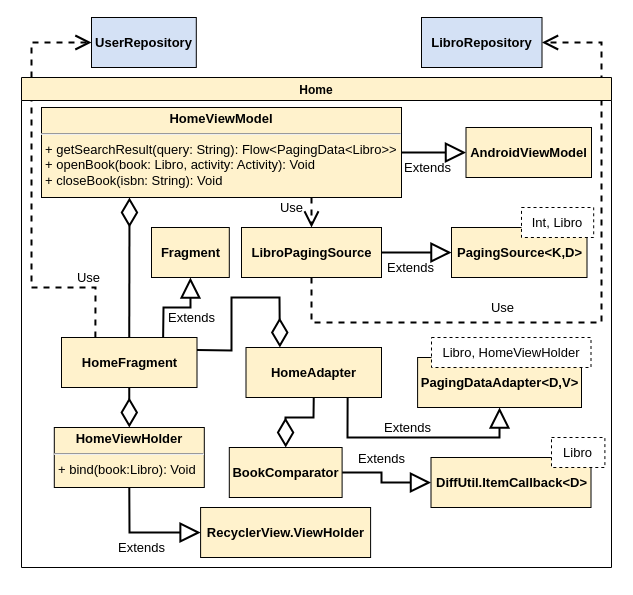
Above: page "24-androidviewuml" (16 of 19) of tesi.drawio in paganellif/tesi-paganelli (draw.io), before the change. Source tidied: cells renumbered, new cells numbered last; positions are measured from the earlier drawing's top-left corner, leaving out a move shared by most shapes. Both pictures are drawn from the tidied source at 100%, with x=0, y=0 at pixel (21, 17).
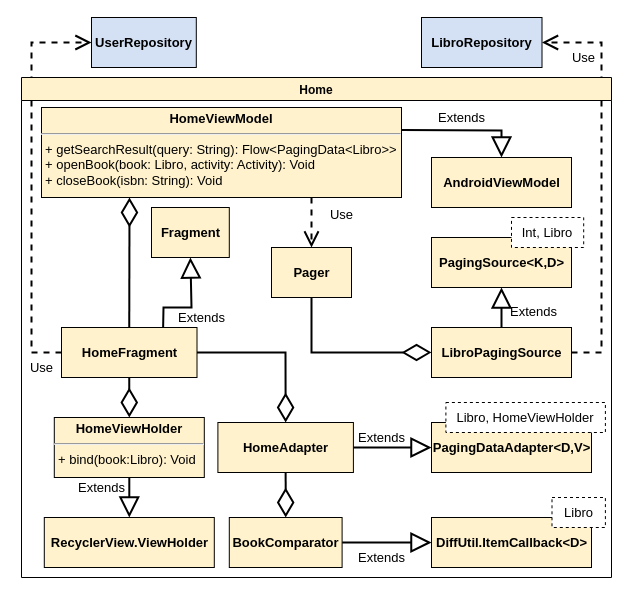
Above is the later version.

The change refers to these unchanged cells:
```xml
<mxCell id="4" value="&lt;b&gt;LibroRepository&lt;/b&gt;" style="html=1;rounded=0;fontSize=13;strokeColor=#000000;fillColor=#D4E1F5;" parent="1" vertex="1">
  <mxGeometry x="400" width="120.5" height="50" as="geometry" />
</mxCell>
<mxCell id="5" value="&lt;p style=&quot;margin: 4px 0px 0px; text-align: center;&quot;&gt;&lt;b&gt;HomeViewModel&lt;/b&gt;&lt;/p&gt;&lt;hr style=&quot;&quot;&gt;&lt;p style=&quot;margin: 0px 0px 0px 4px;&quot;&gt;&lt;span style=&quot;background-color: initial;&quot;&gt;&lt;font style=&quot;font-size: 13px;&quot;&gt;+ getSearchResult(query: String): Flow&amp;lt;PagingData&amp;lt;Libro&amp;gt;&amp;gt;&lt;/font&gt;&lt;/span&gt;&lt;/p&gt;&lt;p style=&quot;margin: 0px 0px 0px 4px;&quot;&gt;&lt;span style=&quot;background-color: initial;&quot;&gt;&lt;font style=&quot;font-size: 13px;&quot;&gt;+ openBook(book: Libro, activity: Activity): Void&lt;/font&gt;&lt;/span&gt;&lt;/p&gt;&lt;p style=&quot;margin: 0px 0px 0px 4px;&quot;&gt;&lt;span style=&quot;background-color: initial;&quot;&gt;&lt;font style=&quot;font-size: 13px;&quot;&gt;+ closeBook(isbn: String): Void&lt;/font&gt;&lt;/span&gt;&lt;/p&gt;" style="verticalAlign=top;align=left;overflow=fill;fontSize=13;fontFamily=Helvetica;html=1;fillColor=#FFF2CC;strokeColor=#000000;strokeWidth=1;" parent="1" vertex="1">
  <mxGeometry x="20" y="90" width="360" height="90" as="geometry" />
</mxCell>
<mxCell id="16" value="&lt;b&gt;UserRepository&lt;/b&gt;" style="html=1;rounded=0;fontSize=13;strokeColor=#000000;fillColor=#D4E1F5;" parent="1" vertex="1">
  <mxGeometry x="70" width="104.8" height="50" as="geometry" />
</mxCell>
```

Change to the diagram source:
```diff
@@
-    <mxCell id="2" value="Extends" style="endArrow=block;endSize=16;endFill=0;html=1;rounded=0;labelBackgroundColor=none;fontSize=13;fontColor=default;strokeWidth=2;entryX=0;entryY=0.5;entryDx=0;entryDy=0;exitX=1;exitY=0.5;exitDx=0;exitDy=0;" parent="1" edge="1" source="10" target="3">
-      <mxGeometry x="-0.18" y="-15" relative="1" as="geometry" />
-    </mxCell>
-    <mxCell id="3" value="&lt;b&gt;PagingSource&amp;lt;K,D&amp;gt;&lt;/b&gt;" style="html=1;rounded=0;fontSize=13;fontColor=default;strokeColor=default;fillColor=#FFF2CC;" parent="1" vertex="1">
-      <mxGeometry x="430" y="210" width="135.5" height="50" as="geometry" />
-    </mxCell>
@@
-    <mxCell id="6" value="&lt;b&gt;AndroidViewModel&lt;/b&gt;" style="html=1;rounded=0;fontSize=13;fontColor=default;strokeColor=default;fillColor=#FFF2CC;" parent="1" vertex="1">
-      <mxGeometry x="444.5" y="110" width="125.5" height="50" as="geometry" />
-    </mxCell>
-    <mxCell id="7" value="Extends" style="endArrow=block;endSize=16;endFill=0;html=1;rounded=0;labelBackgroundColor=none;fontSize=13;fontColor=default;strokeWidth=2;exitX=1;exitY=0.5;exitDx=0;exitDy=0;entryX=0;entryY=0.5;entryDx=0;entryDy=0;" parent="1" edge="1" source="5" target="6">
-      <mxGeometry x="-0.18" y="-15" relative="1" as="geometry" />
+    <mxCell id="7" value="Extends" style="endArrow=block;endSize=16;endFill=0;html=1;rounded=0;labelBackgroundColor=none;fontSize=13;fontColor=default;strokeWidth=2;exitX=1;exitY=0.25;exitDx=0;exitDy=0;entryX=0.5;entryY=0;entryDx=0;entryDy=0;" parent="1" edge="1" source="5" target="6">
+      <mxGeometry x="-0.06" y="13" relative="1" as="geometry">
+        <Array as="points">
+          <mxPoint x="480" y="113" />
+        </Array>
+      </mxGeometry>
     </mxCell>
-    <mxCell id="8" value="Use" style="endArrow=open;endSize=12;dashed=1;html=1;rounded=0;labelBackgroundColor=none;fontSize=13;fontColor=default;strokeWidth=2;exitX=0.75;exitY=1;exitDx=0;exitDy=0;entryX=0.5;entryY=0;entryDx=0;entryDy=0;" parent="1" edge="1" source="5" target="10">
-      <mxGeometry x="-0.33" y="-20" relative="1" as="geometry" />
+    <mxCell id="8" value="Use" style="endArrow=open;endSize=12;dashed=1;html=1;rounded=0;labelBackgroundColor=none;fontSize=13;fontColor=default;strokeWidth=2;exitX=0.75;exitY=1;exitDx=0;exitDy=0;entryX=0.5;entryY=0;entryDx=0;entryDy=0;" parent="1" edge="1" source="5" target="33">
+      <mxGeometry x="-0.33" y="30" relative="1" as="geometry" />
     </mxCell>
@@
-    <mxCell id="10" value="&lt;b&gt;LibroPagingSource&lt;/b&gt;" style="html=1;rounded=0;fontSize=13;fontColor=default;strokeColor=default;fillColor=#FFF2CC;" parent="1" vertex="1">
-      <mxGeometry x="220" y="210" width="140" height="50" as="geometry" />
-    </mxCell>
-    <mxCell id="11" value="&lt;b&gt;HomeAdapter&lt;/b&gt;" style="html=1;rounded=0;fontSize=13;fontColor=default;strokeColor=default;fillColor=#FFF2CC;" parent="1" vertex="1">
-      <mxGeometry x="224.5" y="330" width="135.5" height="50" as="geometry" />
-    </mxCell>
-    <mxCell id="12" value="Extends" style="endArrow=block;endSize=16;endFill=0;html=1;rounded=0;labelBackgroundColor=none;fontSize=13;fontColor=default;strokeWidth=2;exitX=0.75;exitY=1;exitDx=0;exitDy=0;entryX=0.5;entryY=1;entryDx=0;entryDy=0;" parent="1" edge="1" source="11" target="19">
-      <mxGeometry x="-0.1" y="10" relative="1" as="geometry">
-        <Array as="points">
-          <mxPoint x="326" y="420" />
-          <mxPoint x="478" y="420" />
-        </Array>
-      </mxGeometry>
-    </mxCell>
-    <mxCell id="13" style="endArrow=diamondThin;endFill=0;endSize=24;html=1;rounded=0;fontSize=13;entryX=0.25;entryY=0;entryDx=0;entryDy=0;exitX=1;exitY=0.25;exitDx=0;exitDy=0;strokeWidth=2;" parent="1" edge="1" source="30" target="11">
-      <mxGeometry relative="1" as="geometry">
-        <Array as="points">
-          <mxPoint x="210" y="333" />
-          <mxPoint x="210" y="280" />
-          <mxPoint x="258" y="280" />
-        </Array>
-      </mxGeometry>
-    </mxCell>
-    <mxCell id="14" style="endArrow=diamondThin;endFill=0;endSize=24;html=1;rounded=0;fontSize=13;exitX=0.5;exitY=1;exitDx=0;exitDy=0;strokeWidth=2;entryX=0.5;entryY=0;entryDx=0;entryDy=0;" parent="1" edge="1" source="11" target="32">
-      <mxGeometry relative="1" as="geometry">
-        <Array as="points">
-          <mxPoint x="292" y="400" />
-          <mxPoint x="264" y="400" />
-        </Array>
-      </mxGeometry>
-    </mxCell>
-    <mxCell id="15" value="Use" style="endArrow=open;endSize=12;dashed=1;html=1;rounded=0;labelBackgroundColor=none;fontSize=13;fontColor=default;strokeWidth=2;exitX=0.5;exitY=1;exitDx=0;exitDy=0;entryX=1;entryY=0.5;entryDx=0;entryDy=0;" parent="1" edge="1" source="10" target="4">
-      <mxGeometry x="-0.3" y="15" relative="1" as="geometry">
+    <mxCell id="15" value="Use" style="endArrow=open;endSize=12;dashed=1;html=1;rounded=0;labelBackgroundColor=none;fontSize=13;fontColor=default;strokeWidth=2;exitX=1;exitY=0.5;exitDx=0;exitDy=0;entryX=1;entryY=0.5;entryDx=0;entryDy=0;" parent="1" edge="1" source="10" target="4">
+      <mxGeometry x="0.79" y="15" relative="1" as="geometry">
         <Array as="points">
-          <mxPoint x="290" y="305" />
-          <mxPoint x="580" y="305" />
+          <mxPoint x="580" y="335" />
           <mxPoint x="580" y="25" />
         </Array>
       </mxGeometry>
     </mxCell>
@@
-    <mxCell id="17" value="Use" style="endArrow=open;endSize=12;dashed=1;html=1;rounded=0;labelBackgroundColor=none;fontSize=13;fontColor=default;strokeWidth=2;exitX=0.25;exitY=0;exitDx=0;exitDy=0;entryX=0;entryY=0.5;entryDx=0;entryDy=0;" parent="1" edge="1" source="30" target="16">
-      <mxGeometry x="-0.73" y="-10" relative="1" as="geometry">
+    <mxCell id="17" value="Use" style="endArrow=open;endSize=12;dashed=1;html=1;rounded=0;labelBackgroundColor=none;fontSize=13;fontColor=default;strokeWidth=2;exitX=0;exitY=0.5;exitDx=0;exitDy=0;entryX=0;entryY=0.5;entryDx=0;entryDy=0;" parent="1" edge="1" source="30" target="16">
+      <mxGeometry x="-0.9" y="15" relative="1" as="geometry">
         <Array as="points">
-          <mxPoint x="74" y="270" />
-          <mxPoint x="10" y="270" />
+          <mxPoint x="10" y="335" />
           <mxPoint x="10" y="50" />
           <mxPoint x="10" y="25" />
         </Array>
       </mxGeometry>
     </mxCell>
     <mxCell id="18" value="Home" style="swimlane;strokeColor=#000000;fillColor=#FFF2CC;gradientColor=none;" parent="1" vertex="1">
-      <mxGeometry y="60" width="590" height="490" as="geometry" />
+      <mxGeometry y="60" width="590" height="500" as="geometry" />
     </mxCell>
     <mxCell id="19" value="&lt;b&gt;PagingDataAdapter&amp;lt;D,V&amp;gt;&lt;/b&gt;" style="html=1;rounded=0;fontSize=13;fontColor=default;strokeColor=default;fillColor=#FFF2CC;" parent="18" vertex="1">
-      <mxGeometry x="396.1" y="280" width="163.9" height="50" as="geometry" />
+      <mxGeometry x="410" y="345" width="160" height="50" as="geometry" />
     </mxCell>
     <mxCell id="20" value="Libro, HomeViewHolder" style="rounded=0;whiteSpace=wrap;html=1;dashed=1;fontSize=13;" parent="18" vertex="1">
-      <mxGeometry x="410" y="260" width="159.5" height="30" as="geometry" />
+      <mxGeometry x="424.4" y="325" width="159.5" height="30" as="geometry" />
     </mxCell>
     <mxCell id="21" value="&lt;b&gt;DiffUtil.ItemCallback&amp;lt;D&amp;gt;&lt;/b&gt;" style="html=1;rounded=0;fontSize=13;fontColor=default;strokeColor=default;fillColor=#FFF2CC;" parent="18" vertex="1">
-      <mxGeometry x="409.5" y="380" width="160" height="50" as="geometry" />
+      <mxGeometry x="410" y="440" width="160" height="50" as="geometry" />
     </mxCell>
     <mxCell id="22" value="Libro" style="rounded=0;whiteSpace=wrap;html=1;dashed=1;fontSize=13;" parent="18" vertex="1">
-      <mxGeometry x="530" y="360" width="53.4" height="30" as="geometry" />
+      <mxGeometry x="530.5" y="420" width="53.4" height="30" as="geometry" />
     </mxCell>
     <mxCell id="23" value="Extends" style="endArrow=block;endSize=16;endFill=0;html=1;rounded=0;labelBackgroundColor=none;fontSize=13;fontColor=default;strokeWidth=2;entryX=0;entryY=0.5;entryDx=0;entryDy=0;exitX=1;exitY=0.5;exitDx=0;exitDy=0;" parent="18" edge="1" source="32" target="21">
-      <mxGeometry x="-0.2" y="-15" relative="1" as="geometry">
-        <Array as="points">
-          <mxPoint x="360" y="395" />
-          <mxPoint x="360" y="405" />
-        </Array>
-        <mxPoint x="15" y="-15" as="offset" />
-      </mxGeometry>
+      <mxGeometry x="-0.12" y="-15" relative="1" as="geometry" />
     </mxCell>
     <mxCell id="24" value="&lt;p style=&quot;margin: 4px 0px 0px; text-align: center;&quot;&gt;&lt;b&gt;HomeViewHolder&lt;/b&gt;&lt;/p&gt;&lt;hr style=&quot;&quot;&gt;&lt;p style=&quot;margin: 0px 0px 0px 4px;&quot;&gt;&lt;span style=&quot;background-color: initial;&quot;&gt;&lt;font style=&quot;font-size: 13px;&quot;&gt;+ bind(book:Libro): Void&lt;/font&gt;&lt;/span&gt;&lt;/p&gt;" style="verticalAlign=top;align=left;overflow=fill;fontSize=13;fontFamily=Helvetica;html=1;fillColor=#FFF2CC;strokeColor=#000000;strokeWidth=1;" parent="18" vertex="1">
-      <mxGeometry x="32.8" y="350" width="150" height="60" as="geometry" />
+      <mxGeometry x="32.8" y="340" width="150" height="60" as="geometry" />
     </mxCell>
@@
     <mxCell id="26" value="&lt;b&gt;RecyclerView.ViewHolder&lt;/b&gt;" style="html=1;rounded=0;fontSize=13;fontColor=default;strokeColor=default;fillColor=#FFF2CC;" parent="18" vertex="1">
-      <mxGeometry x="179.1" y="430" width="170" height="50" as="geometry" />
+      <mxGeometry x="22.8" y="440" width="170" height="50" as="geometry" />
     </mxCell>
-    <mxCell id="27" value="Extends" style="endArrow=block;endSize=16;endFill=0;html=1;rounded=0;labelBackgroundColor=none;fontSize=13;fontColor=default;strokeWidth=2;exitX=0.5;exitY=1;exitDx=0;exitDy=0;entryX=0;entryY=0.5;entryDx=0;entryDy=0;" parent="18" edge="1" source="24" target="26">
-      <mxGeometry x="-0.02" y="-15" relative="1" as="geometry">
-        <Array as="points">
-          <mxPoint x="108" y="455" />
-        </Array>
-      </mxGeometry>
+    <mxCell id="27" value="Extends" style="endArrow=block;endSize=16;endFill=0;html=1;rounded=0;labelBackgroundColor=none;fontSize=13;fontColor=default;strokeWidth=2;exitX=0.5;exitY=1;exitDx=0;exitDy=0;entryX=0.5;entryY=0;entryDx=0;entryDy=0;" parent="18" edge="1" source="24" target="26">
+      <mxGeometry x="-0.49" y="-28" relative="1" as="geometry" />
     </mxCell>
-    <mxCell id="28" value="Int, Libro" style="rounded=0;whiteSpace=wrap;html=1;dashed=1;fontSize=13;" parent="18" vertex="1">
-      <mxGeometry x="500" y="130" width="72.2" height="30" as="geometry" />
-    </mxCell>
     <mxCell id="29" value="&lt;b&gt;Fragment&lt;/b&gt;" style="html=1;rounded=0;fontSize=13;fontColor=default;strokeColor=default;fillColor=#FFF2CC;" parent="18" vertex="1">
-      <mxGeometry x="130" y="150" width="77.8" height="50" as="geometry" />
+      <mxGeometry x="130" y="130" width="77.8" height="50" as="geometry" />
     </mxCell>
     <mxCell id="30" value="&lt;b&gt;HomeFragment&lt;/b&gt;" style="html=1;rounded=0;fontSize=13;fontColor=default;strokeColor=default;fillColor=#FFF2CC;" parent="18" vertex="1">
-      <mxGeometry x="40" y="260" width="135.5" height="50" as="geometry" />
+      <mxGeometry x="40" y="250" width="135.5" height="50" as="geometry" />
     </mxCell>
     <mxCell id="31" value="Extends" style="endArrow=block;endSize=16;endFill=0;html=1;rounded=0;labelBackgroundColor=none;fontSize=13;fontColor=default;strokeWidth=2;entryX=0.5;entryY=1;entryDx=0;entryDy=0;exitX=0.75;exitY=0;exitDx=0;exitDy=0;" parent="18" edge="1" source="30" target="29">
-      <mxGeometry x="0.31" y="-10" relative="1" as="geometry">
+      <mxGeometry x="-0.02" y="-14" relative="1" as="geometry">
         <Array as="points">
           <mxPoint x="142" y="230" />
-          <mxPoint x="169" y="230" />
+          <mxPoint x="170" y="230" />
         </Array>
-        <mxPoint x="-9" y="10" as="offset" />
+        <mxPoint x="-4" y="10" as="offset" />
       </mxGeometry>
     </mxCell>
+    <mxCell id="11" value="&lt;b&gt;HomeAdapter&lt;/b&gt;" style="html=1;rounded=0;fontSize=13;fontColor=default;strokeColor=default;fillColor=#FFF2CC;" parent="18" vertex="1">
+      <mxGeometry x="196.4" y="345" width="135.5" height="50" as="geometry" />
+    </mxCell>
+    <mxCell id="12" value="Extends" style="endArrow=block;endSize=16;endFill=0;html=1;rounded=0;labelBackgroundColor=none;fontSize=13;fontColor=default;strokeWidth=2;exitX=1;exitY=0.5;exitDx=0;exitDy=0;entryX=0;entryY=0.5;entryDx=0;entryDy=0;" parent="18" edge="1" source="11" target="19">
+      <mxGeometry x="-0.28" y="10" relative="1" as="geometry" />
+    </mxCell>
+    <mxCell id="13" style="endArrow=diamondThin;endFill=0;endSize=24;html=1;rounded=0;fontSize=13;entryX=0.5;entryY=0;entryDx=0;entryDy=0;exitX=1;exitY=0.5;exitDx=0;exitDy=0;strokeWidth=2;" parent="18" edge="1" source="30" target="11">
+      <mxGeometry relative="1" as="geometry">
+        <Array as="points">
+          <mxPoint x="264" y="275" />
+        </Array>
+      </mxGeometry>
+    </mxCell>
+    <mxCell id="14" style="endArrow=diamondThin;endFill=0;endSize=24;html=1;rounded=0;fontSize=13;exitX=0.5;exitY=1;exitDx=0;exitDy=0;strokeWidth=2;entryX=0.5;entryY=0;entryDx=0;entryDy=0;" parent="18" edge="1" source="11" target="32">
+      <mxGeometry relative="1" as="geometry" />
+    </mxCell>
     <mxCell id="32" value="&lt;b&gt;BookComparator&lt;/b&gt;" style="html=1;rounded=0;fontSize=13;fontColor=default;strokeColor=default;fillColor=#FFF2CC;" parent="18" vertex="1">
-      <mxGeometry x="207.8" y="370" width="112.8" height="50" as="geometry" />
+      <mxGeometry x="207.8" y="440" width="112.8" height="50" as="geometry" />
     </mxCell>
+    <mxCell id="10" value="&lt;b&gt;LibroPagingSource&lt;/b&gt;" style="html=1;rounded=0;fontSize=13;fontColor=default;strokeColor=default;fillColor=#FFF2CC;" parent="18" vertex="1">
+      <mxGeometry x="410" y="250" width="140" height="50" as="geometry" />
+    </mxCell>
+    <mxCell id="33" value="&lt;b&gt;Pager&lt;/b&gt;" style="html=1;rounded=0;fontSize=13;fontColor=default;strokeColor=default;fillColor=#FFF2CC;" parent="18" vertex="1">
+      <mxGeometry x="250" y="170" width="80" height="50" as="geometry" />
+    </mxCell>
+    <mxCell id="34" style="endArrow=diamondThin;endFill=0;endSize=24;html=1;rounded=0;fontSize=13;entryX=0;entryY=0.5;entryDx=0;entryDy=0;exitX=0.5;exitY=1;exitDx=0;exitDy=0;strokeWidth=2;" parent="18" edge="1" source="33" target="10">
+      <mxGeometry relative="1" as="geometry">
+        <Array as="points">
+          <mxPoint x="290" y="275" />
+        </Array>
+      </mxGeometry>
+    </mxCell>
+    <mxCell id="3" value="&lt;b&gt;PagingSource&amp;lt;K,D&amp;gt;&lt;/b&gt;" style="html=1;rounded=0;fontSize=13;fontColor=default;strokeColor=default;fillColor=#FFF2CC;" parent="18" vertex="1">
+      <mxGeometry x="410" y="160" width="140" height="50" as="geometry" />
+    </mxCell>
+    <mxCell id="2" value="Extends" style="endArrow=block;endSize=16;endFill=0;html=1;rounded=0;labelBackgroundColor=none;fontSize=13;fontColor=default;strokeWidth=2;entryX=0.5;entryY=1;entryDx=0;entryDy=0;exitX=0.5;exitY=0;exitDx=0;exitDy=0;" parent="18" edge="1" source="10" target="3">
+      <mxGeometry x="-0.2" y="-32" relative="1" as="geometry" />
+    </mxCell>
+    <mxCell id="28" value="Int, Libro" style="rounded=0;whiteSpace=wrap;html=1;dashed=1;fontSize=13;" parent="18" vertex="1">
+      <mxGeometry x="490" y="140" width="72.2" height="30" as="geometry" />
+    </mxCell>
+    <mxCell id="6" value="&lt;b&gt;AndroidViewModel&lt;/b&gt;" style="html=1;rounded=0;fontSize=13;fontColor=default;strokeColor=default;fillColor=#FFF2CC;" parent="18" vertex="1">
+      <mxGeometry x="410" y="80" width="140" height="50" as="geometry" />
+    </mxCell>
```
